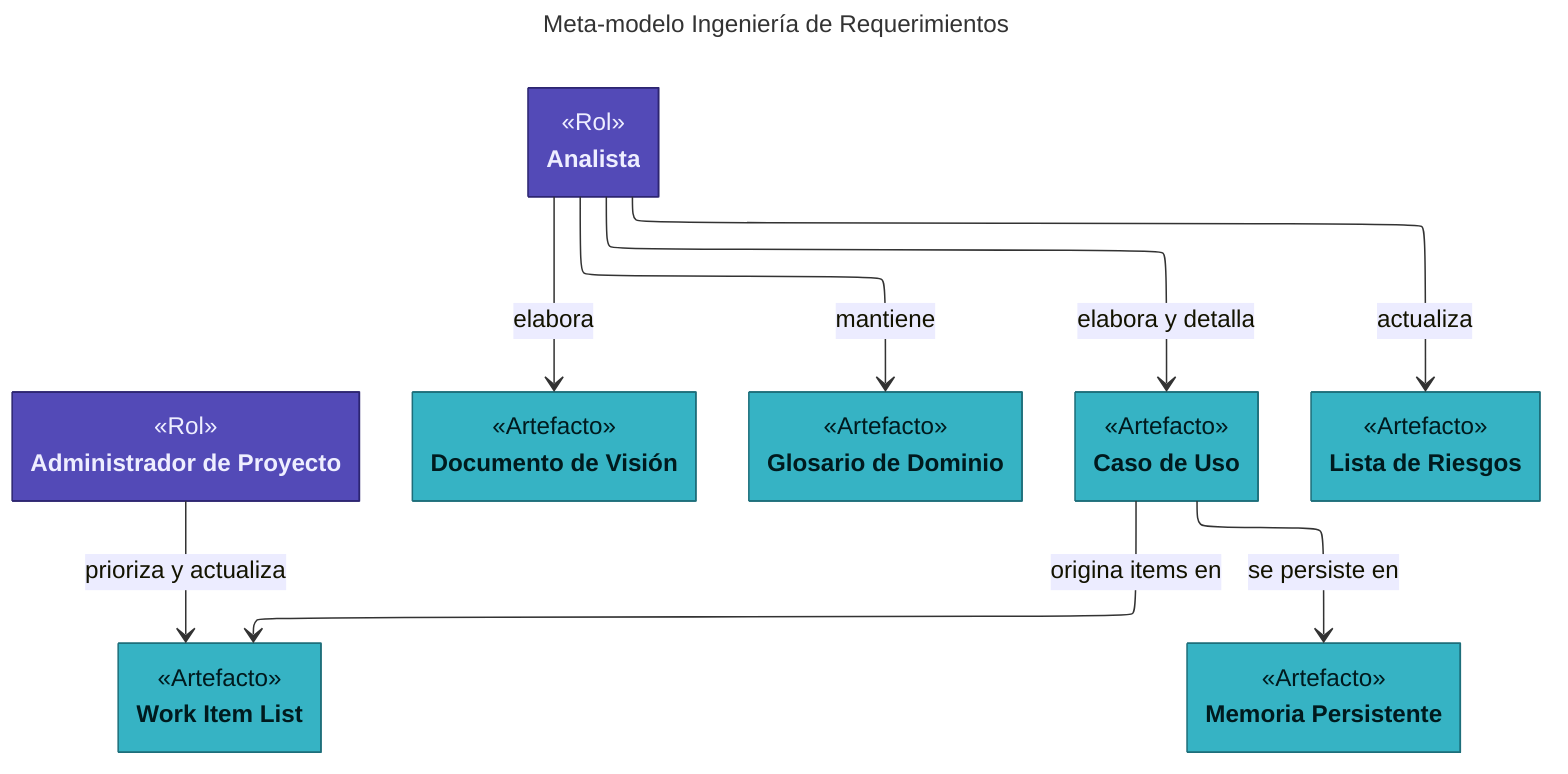
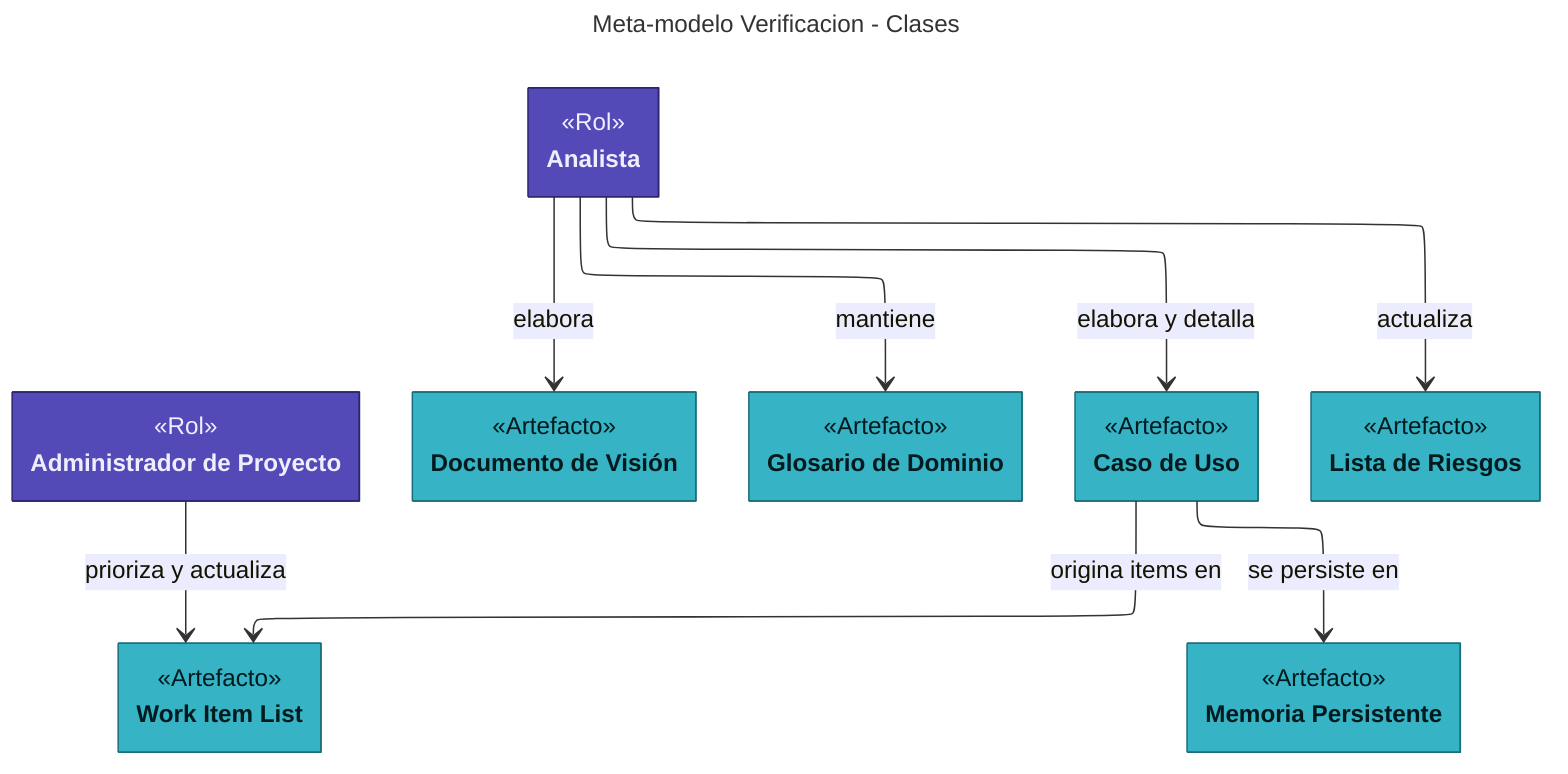
---
- title: Meta-modelo Ingeniería de Requerimientos
+ title: Meta-modelo Verificacion - Clases
config:
    layout: elk
    class:
        hideEmptyMembersBox: true
---

classDiagram
class Analista["Analista"]:::rol {
    <<Rol>>
}

class AdministradorProyecto["Administrador de Proyecto"]:::rol {
    <<Rol>>
}

class DocumentoDeVision["Documento de Visión"]:::artefacto {
    <<Artefacto>>
}

class GlosarioDominio["Glosario de Dominio"]:::artefacto {
    <<Artefacto>>
}

class CasoDeUso["Caso de Uso"]:::artefacto {
    <<Artefacto>>
}

class ListaDeRiesgos["Lista de Riesgos"]:::artefacto {
    <<Artefacto>>
}

class WorkItemList["Work Item List"]:::artefacto {
    <<Artefacto>>
}

class MemoriaPersistente["Memoria Persistente"]:::artefacto {
    <<Artefacto>>
}

%% === RELACIONES ===

Analista --> DocumentoDeVision       : elabora
Analista --> GlosarioDominio         : mantiene
Analista --> CasoDeUso               : elabora y detalla
Analista --> ListaDeRiesgos          : actualiza

AdministradorProyecto --> WorkItemList      : prioriza y actualiza

CasoDeUso --> WorkItemList           : origina items en
CasoDeUso --> MemoriaPersistente     : se persiste en

classDef proceso fill:#3d3d3a,stroke:#2C2C2A,color:#F1EFE8
classDef fase fill:#c4a336,stroke:#8a6f1f,color:#1a1400
classDef disciplina fill:#c47b36,stroke:#7a4a1d,color:#1a0f00
classDef evento fill:#a45be9,stroke:#6a2fa8,color:#1a0033
classDef rol fill:#534AB7,stroke:#2c2570,color:#eeeeff
classDef artefacto fill:#36b3c4,stroke:#1d6e7a,color:#001a1e